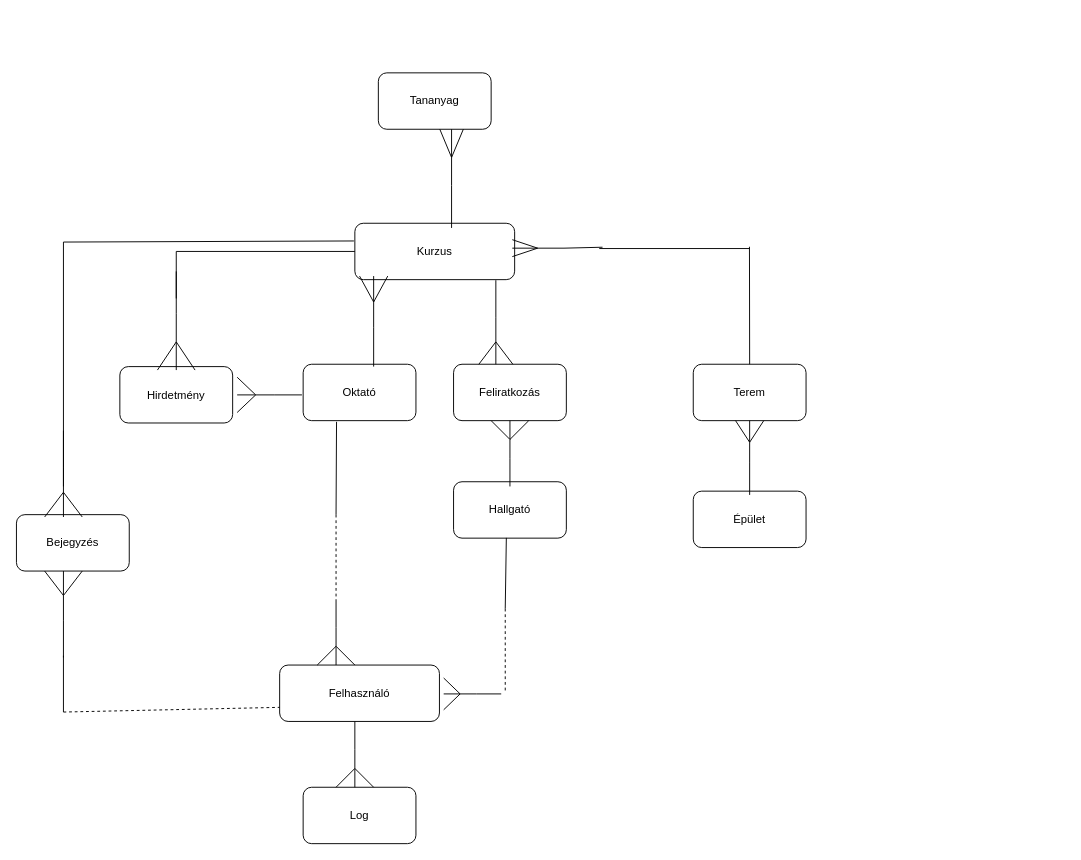
This is docs/E-K/E-K Diagram.drawio from HajagosNorbert/SZTE-adatb-alapu-rendszerek, a draw.io file, before an edit. Source tidied: cells renumbered, new cells numbered last; positions are measured from the earlier drawing's top-left corner, leaving out a move shared by most shapes. Both pictures are drawn from the tidied source at 94%, with x=0, y=0 at pixel (16, 16).
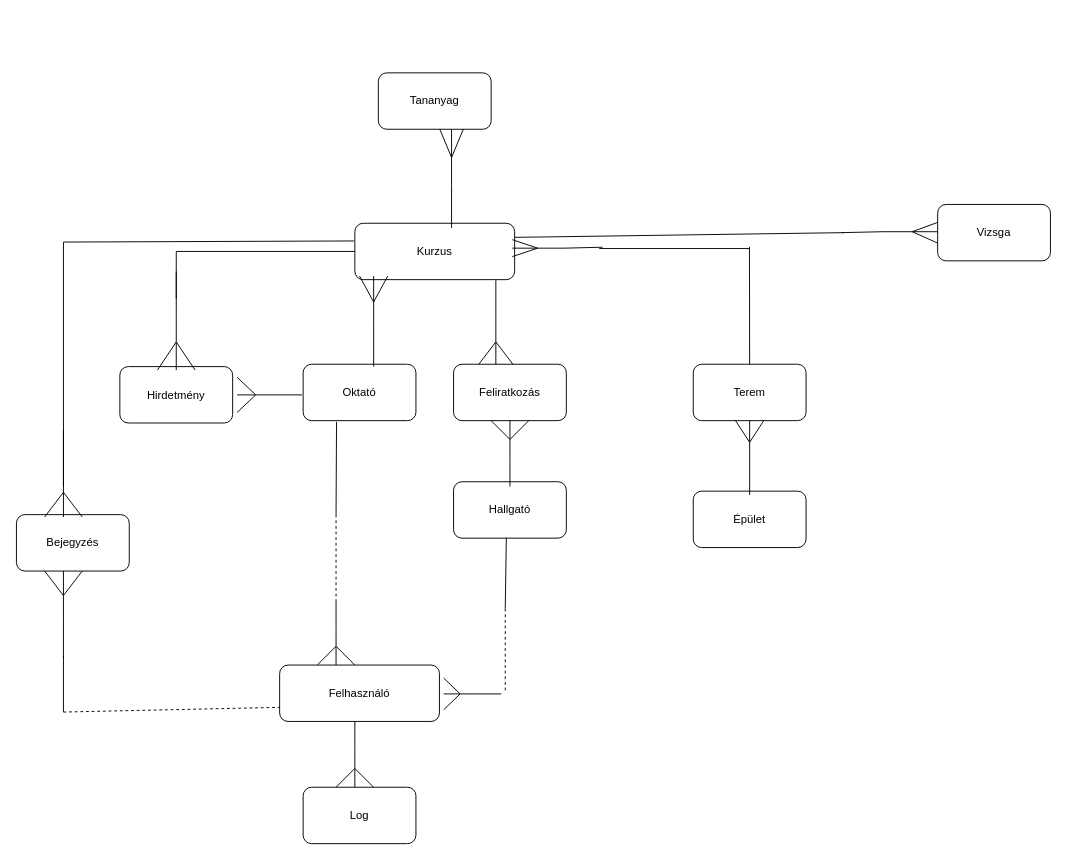
Above is the later version.

Commit message:
EK diagram bővítése vizsgával

The change refers to these unchanged cells:
```xml
<mxCell id="2" value="Kurzus" style="rounded=1;whiteSpace=wrap;html=1;" parent="1" vertex="1">
  <mxGeometry x="360" y="220" width="170" height="60" as="geometry" />
</mxCell>
```

Change to the diagram source:
```diff
@@
     <mxCell id="32" style="group;rotation=-180;" parent="1" vertex="1">
-      <mxGeometry x="440" width="25" height="60" as="geometry" />
+      <mxGeometry x="440" width="660" height="260" as="geometry" />
     </mxCell>
@@
+    <mxCell id="90" style="group;rotation=-90;" parent="32" vertex="1">
+      <mxGeometry x="620" y="190" width="40" height="70" as="geometry" />
+    </mxCell>
+    <mxCell id="91" style="endArrow=none;html=1;rounded=0;" parent="90" edge="1">
+      <mxGeometry relative="1" as="geometry">
+        <mxPoint x="-77" y="28" as="sourcePoint" />
+        <mxPoint x="-107" y="39" as="targetPoint" />
+      </mxGeometry>
+    </mxCell>
+    <mxCell id="92" style="endArrow=none;html=1;rounded=0;" parent="90" edge="1">
+      <mxGeometry relative="1" as="geometry">
+        <mxPoint x="-77" y="39" as="sourcePoint" />
+        <mxPoint x="-107" y="39" as="targetPoint" />
+      </mxGeometry>
+    </mxCell>
+    <mxCell id="93" style="endArrow=none;html=1;rounded=0;" parent="90" edge="1">
+      <mxGeometry relative="1" as="geometry">
+        <mxPoint x="-78" y="52" as="sourcePoint" />
+        <mxPoint x="-107" y="39" as="targetPoint" />
+      </mxGeometry>
+    </mxCell>
+    <mxCell id="94" style="endArrow=none;html=1;rounded=0;" parent="90" edge="1">
+      <mxGeometry relative="1" as="geometry">
+        <mxPoint x="-182" y="40" as="sourcePoint" />
+        <mxPoint x="-107" y="39" as="targetPoint" />
+        <Array as="points">
+          <mxPoint x="-138" y="39" />
+        </Array>
+      </mxGeometry>
+    </mxCell>
+    <mxCell id="95" value="Vizsga" style="rounded=1;whiteSpace=wrap;html=1;" parent="90" vertex="1">
+      <mxGeometry x="-80" y="10" width="120" height="60" as="geometry" />
+    </mxCell>
@@
+    <mxCell id="96" style="endArrow=none;html=1;rounded=0;entryX=1;entryY=0.25;entryDx=0;entryDy=0;" parent="1" edge="1" target="2">
+      <mxGeometry relative="1" as="geometry">
+        <mxPoint x="880" y="230" as="sourcePoint" />
+      </mxGeometry>
+    </mxCell>
```
